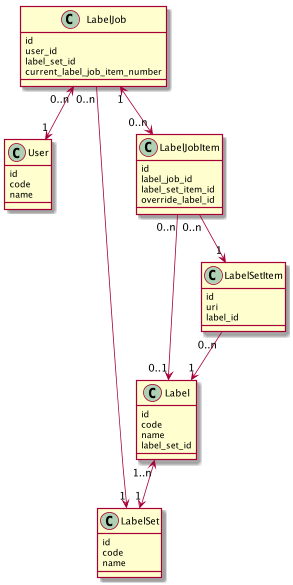
This is doc/plantuml/classes.png from BigNerd/dblit, a PlantUML export, as it was before one commit.
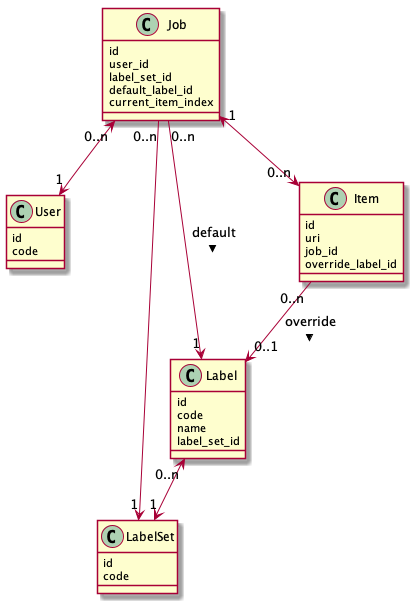
Above is the later version.

The edit, as a diff of the source:
```diff
@@ -3,13 +3,11 @@
 class User {
 id
 code
-name
 }
 
 class LabelSet {
 id
 code
-name
 }
 
 class Label {
@@ -19,33 +17,26 @@
 label_set_id
 }
 
-class LabelSetItem {
-id
-uri
-label_id
-}
-
-class LabelJob {
+class Job {
 id
 user_id
 label_set_id
-current_label_job_item_number
+default_label_id
+current_item_index
 }
 
-class LabelJobItem {
+class Item {
 id
-label_job_id
-label_set_item_id
+uri
+job_id
 override_label_id
 }
 
-Label "1..n" <--> "1" LabelSet
-LabelJob "0..n" --> "1" LabelSet
-LabelJob "0..n" <--> "1" User
-LabelJob "1" <--> "0..n" LabelJobItem
-LabelJobItem "0..n" --> "1" LabelSetItem
-
-LabelSetItem "0..n" --> "1" Label
-LabelJobItem "0..n" --> "0..1" Label
+Label "0..n" <--> "1" LabelSet
+Job "0..n" --> "1" LabelSet
+Job "0..n" <--> "1" User
+Job "1" <--> "0..n" Item
+Job "0..n" --> "1" Label : > default
+Item "0..n" --> "0..1" Label : > override
 
 @enduml
```
